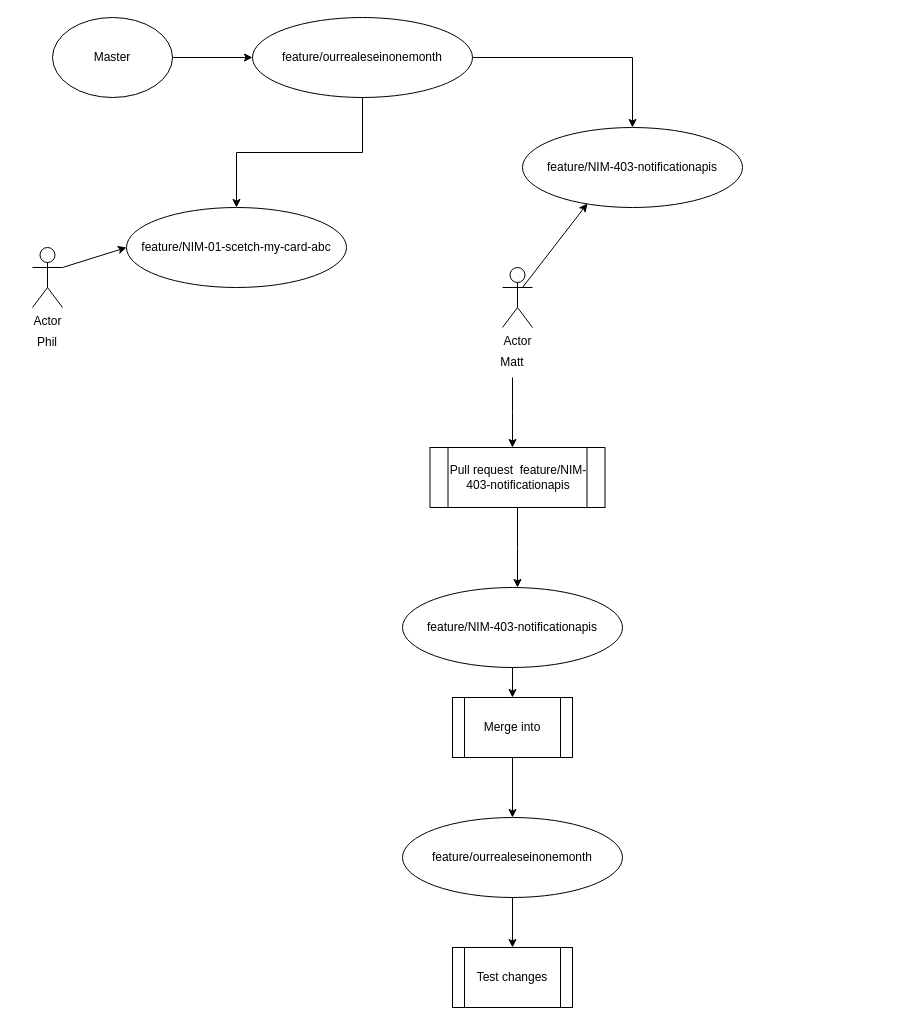
The draw.io diagram nimblbranching.drawio in mattwatts36/drawings, before the edit. Source tidied: cells renumbered, new cells numbered last; positions are measured from the earlier drawing's top-left corner, leaving out a move shared by most shapes. Both pictures are drawn from the tidied source at 100%, with x=0, y=0 at pixel (17, 17).
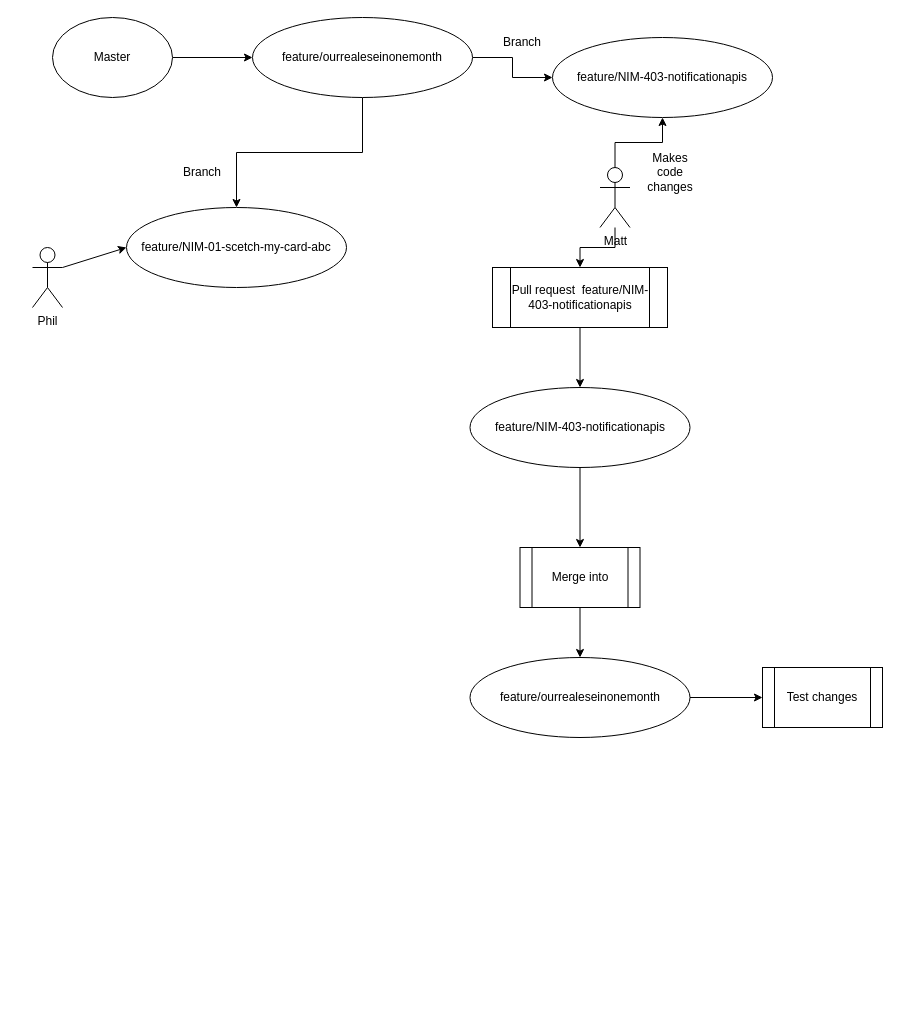
The same page after the edit.

Change to the diagram source:
```diff
@@
-    <mxCell id="8" value="Actor" style="shape=umlActor;verticalLabelPosition=bottom;verticalAlign=top;html=1;" parent="1" vertex="1">
+    <mxCell id="8" value="Phil" style="shape=umlActor;verticalLabelPosition=bottom;verticalAlign=top;html=1;" parent="1" vertex="1">
       <mxGeometry x="15" y="230" width="30" height="60" as="geometry" />
     </mxCell>
@@
     <mxCell id="10" value="feature/NIM-403-notificationapis" style="ellipse;whiteSpace=wrap;html=1;" parent="1" vertex="1">
-      <mxGeometry x="505" y="110" width="220" height="80" as="geometry" />
+      <mxGeometry x="535" y="20" width="220" height="80" as="geometry" />
     </mxCell>
-    <mxCell id="11" value="Phil" style="text;html=1;align=center;verticalAlign=middle;whiteSpace=wrap;rounded=0;" parent="1" vertex="1">
-      <mxGeometry y="310" width="60" height="30" as="geometry" />
-    </mxCell>
-    <mxCell id="12" style="edgeStyle=orthogonalEdgeStyle;rounded=0;jettySize=auto;html=1;" parent="1" edge="1" source="13">
-      <mxGeometry relative="1" as="geometry">
-        <mxPoint x="495" y="430" as="targetPoint" />
-      </mxGeometry>
-    </mxCell>
-    <mxCell id="13" value="Matt" style="text;html=1;align=center;verticalAlign=middle;whiteSpace=wrap;rounded=0;" parent="1" vertex="1">
-      <mxGeometry x="465" y="330" width="60" height="30" as="geometry" />
-    </mxCell>
+    <mxCell id="25" style="edgeStyle=orthogonalEdgeStyle;rounded=0;jettySize=auto;html=1;" parent="1" edge="1" source="14" target="10">
+      <mxGeometry relative="1" as="geometry" />
+    </mxCell>
+    <mxCell id="26" style="edgeStyle=orthogonalEdgeStyle;rounded=0;jettySize=auto;html=1;" parent="1" edge="1" source="14" target="17">
+      <mxGeometry relative="1" as="geometry" />
+    </mxCell>
-    <mxCell id="14" value="Actor" style="shape=umlActor;verticalLabelPosition=bottom;verticalAlign=top;html=1;outlineConnect=0;" parent="1" vertex="1">
-      <mxGeometry x="485" y="250" width="30" height="60" as="geometry" />
+    <mxCell id="14" value="Matt" style="shape=umlActor;verticalLabelPosition=bottom;verticalAlign=top;html=1;outlineConnect=0;" parent="1" vertex="1">
+      <mxGeometry x="582.5" y="150" width="30" height="60" as="geometry" />
     </mxCell>
-    <mxCell id="15" style="endArrow=classic;html=1;rounded=0;entryX=0.295;entryY=0.95;entryDx=0;entryDy=0;entryPerimeter=0;" parent="1" edge="1" target="10">
-      <mxGeometry relative="1" as="geometry">
-        <mxPoint x="505" y="270" as="sourcePoint" />
-      </mxGeometry>
-    </mxCell>
-    <mxCell id="16" style="edgeStyle=orthogonalEdgeStyle;rounded=0;jettySize=auto;html=1;" parent="1" edge="1" source="17">
-      <mxGeometry relative="1" as="geometry">
-        <mxPoint x="500" y="570" as="targetPoint" />
-      </mxGeometry>
-    </mxCell>
+    <mxCell id="27" style="edgeStyle=orthogonalEdgeStyle;rounded=0;jettySize=auto;html=1;" parent="1" edge="1" source="17" target="19">
+      <mxGeometry relative="1" as="geometry" />
+    </mxCell>
     <mxCell id="17" value="Pull request&amp;nbsp; feature/NIM-403-notificationapis" style="shape=process;whiteSpace=wrap;html=1;backgroundOutline=1;" parent="1" vertex="1">
-      <mxGeometry x="412.5" y="430" width="175" height="60" as="geometry" />
+      <mxGeometry x="475" y="250" width="175" height="60" as="geometry" />
     </mxCell>
@@
     <mxCell id="19" value="feature/NIM-403-notificationapis" style="ellipse;whiteSpace=wrap;html=1;" parent="1" vertex="1">
-      <mxGeometry x="385" y="570" width="220" height="80" as="geometry" />
+      <mxGeometry x="452.5" y="370" width="220" height="80" as="geometry" />
     </mxCell>
@@
     <mxCell id="21" value="feature/ourrealeseinonemonth" style="ellipse;whiteSpace=wrap;html=1;" parent="1" vertex="1">
-      <mxGeometry x="385" y="800" width="220" height="80" as="geometry" />
+      <mxGeometry x="452.5" y="640" width="220" height="80" as="geometry" />
     </mxCell>
@@
     <mxCell id="23" value="Merge into" style="shape=process;whiteSpace=wrap;html=1;backgroundOutline=1;" parent="1" vertex="1">
-      <mxGeometry x="435" y="680" width="120" height="60" as="geometry" />
+      <mxGeometry x="502.5" y="530" width="120" height="60" as="geometry" />
     </mxCell>
     <mxCell id="24" value="Test changes" style="shape=process;whiteSpace=wrap;html=1;backgroundOutline=1;" parent="1" vertex="1">
-      <mxGeometry x="435" y="930" width="120" height="60" as="geometry" />
+      <mxGeometry x="745" y="650" width="120" height="60" as="geometry" />
     </mxCell>
+    <mxCell id="28" value="Makes code changes" style="text;html=1;align=center;verticalAlign=middle;whiteSpace=wrap;rounded=0;" parent="1" vertex="1">
+      <mxGeometry x="622.5" y="140" width="60" height="30" as="geometry" />
+    </mxCell>
+    <mxCell id="29" value="Branch" style="text;html=1;align=center;verticalAlign=middle;whiteSpace=wrap;rounded=0;" parent="1" vertex="1">
+      <mxGeometry x="475" y="10" width="60" height="30" as="geometry" />
+    </mxCell>
+    <mxCell id="30" value="Branch" style="text;html=1;align=center;verticalAlign=middle;whiteSpace=wrap;rounded=0;" parent="1" vertex="1">
+      <mxGeometry x="155" y="140" width="60" height="30" as="geometry" />
+    </mxCell>
```
